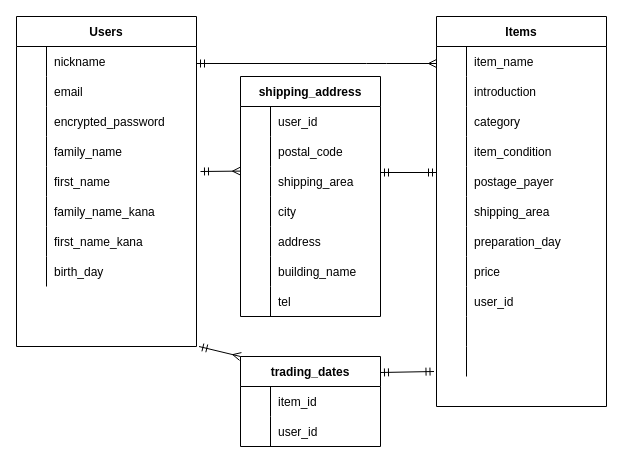
The draw.io diagram furima.dio in CKougami/furima-37663, before the edit. Source tidied: cells renumbered, new cells numbered last; positions are measured from the earlier drawing's top-left corner, leaving out a move shared by most shapes. Both pictures are drawn from the tidied source at 100%, with x=0, y=0 at pixel (16, 16).
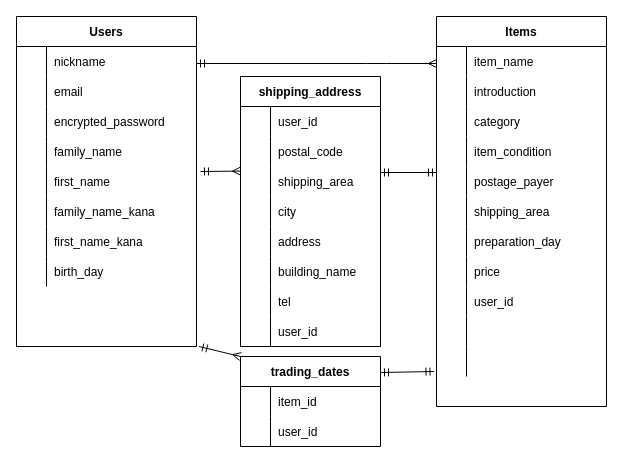
The same page after the edit.

Commit message (it also covers changes not shown here):
データベース設計（shipping_address）

住所テーブルへ購入管理IDのカラムを追加しました

Diff of the diagram source:
```diff
@@
     <mxCell id="72" value="shipping_address" style="shape=table;startSize=30;childLayout=tableLayout;rowLines=0;fontStyle=1;align=center;" parent="1" vertex="1">
-      <mxGeometry x="224" y="60" width="140" height="240" as="geometry" />
+      <mxGeometry x="224" y="60" width="140" height="270" as="geometry" />
     </mxCell>
@@
+    <mxCell id="95" style="shape=partialRectangle;fillColor=none;top=0;left=0;bottom=0;right=0;" parent="72" vertex="1">
+      <mxGeometry y="240" width="140" height="30" as="geometry" />
+    </mxCell>
+    <mxCell id="96" style="shape=partialRectangle;fillColor=none;top=0;left=0;bottom=0;right=0;overflow=hidden;" parent="95" vertex="1">
+      <mxGeometry width="30" height="30" as="geometry" />
+    </mxCell>
+    <mxCell id="97" value="user_id" style="shape=partialRectangle;fillColor=none;top=0;left=0;bottom=0;right=0;align=left;spacingLeft=6;overflow=hidden;" parent="95" vertex="1">
+      <mxGeometry x="30" width="110" height="30" as="geometry" />
+    </mxCell>
```
